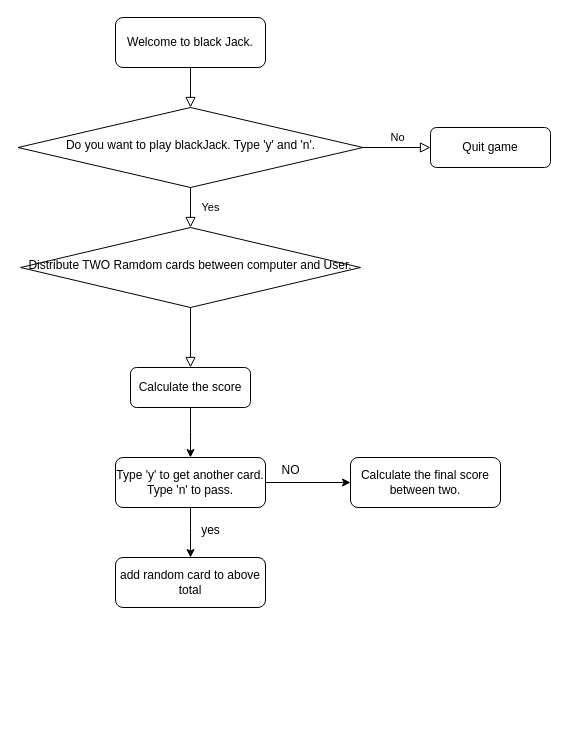
sree7k7/drawings keeps this draw.io diagram as blackjack.drawio. Above is the earlier version. Source tidied: cells renumbered, new cells numbered last; positions are measured from the earlier drawing's top-left corner, leaving out a move shared by most shapes. Both pictures are drawn from the tidied source at 100%, with x=0, y=0 at pixel (18, 17).
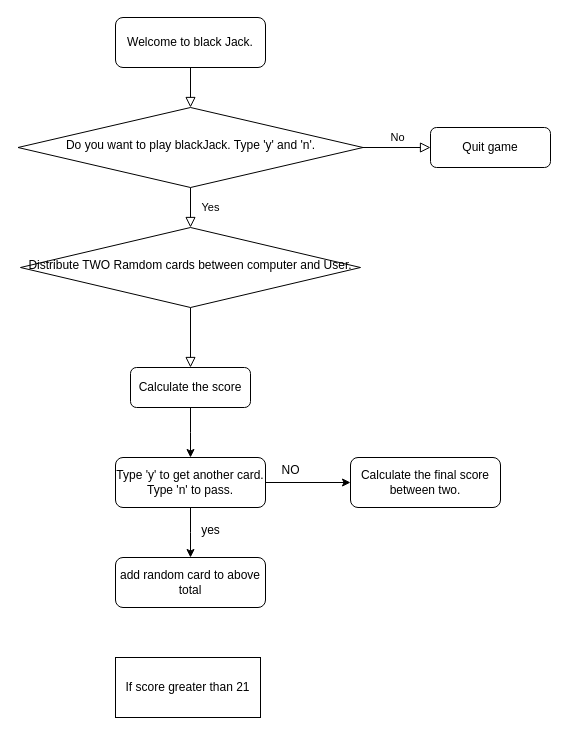
Above is the later version.

Diff of the diagram source:
```diff
@@
+    <mxCell id="19" value="If score greater than 21" style="whiteSpace=wrap;html=1;" parent="1" vertex="1">
+      <mxGeometry x="97" y="640" width="145" height="60" as="geometry" />
+    </mxCell>
```
